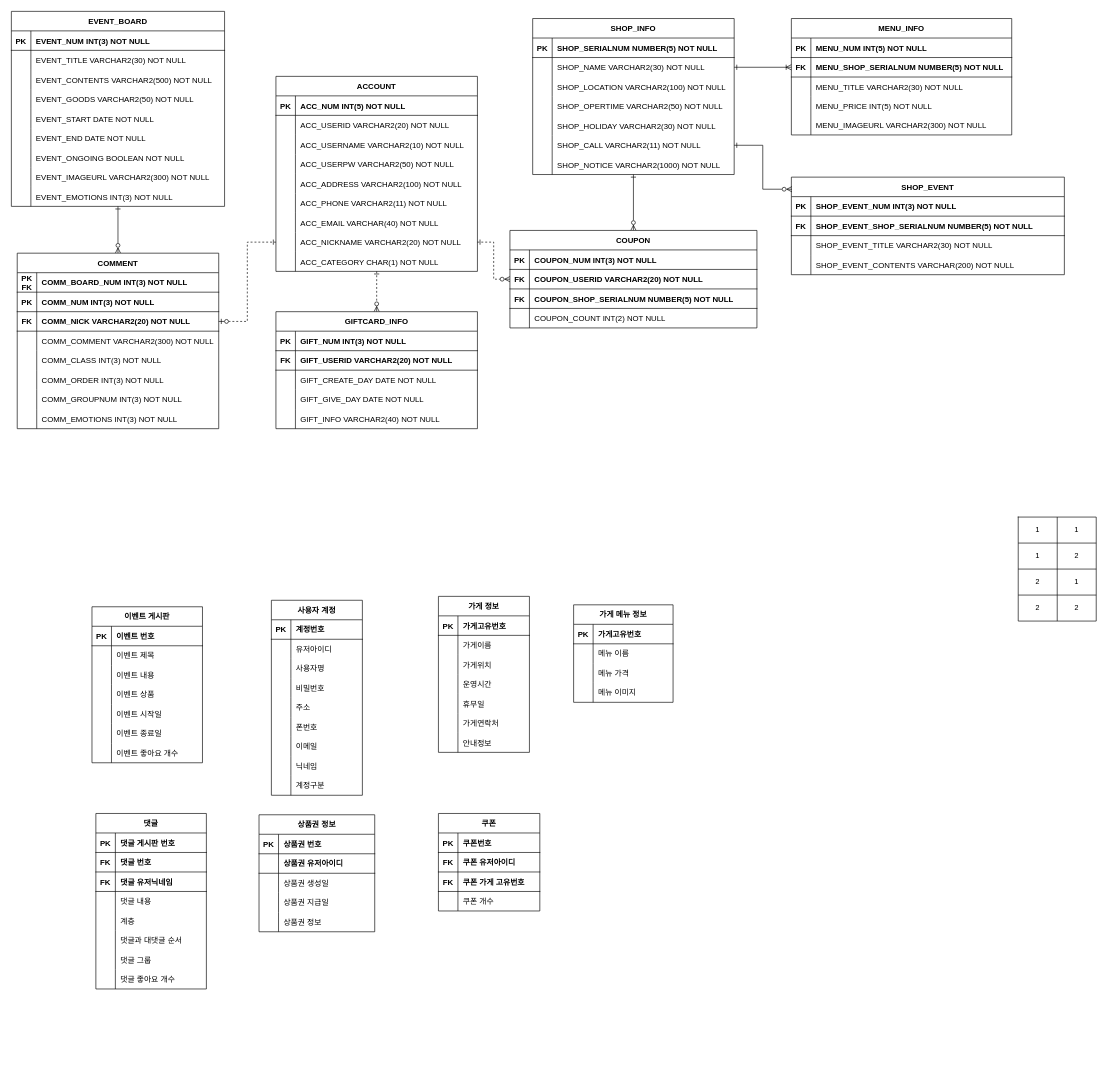
jgy2808/TERM_Project keeps this draw.io diagram as page "ENGLISH" (1 of 2) of ERD_capstone.drawio. Above is the earlier version. Source tidied: cells renumbered, new cells numbered last; positions are measured from the earlier drawing's top-left corner, leaving out a move shared by most shapes. Both pictures are drawn from the tidied source at 65%, with x=0, y=0 at pixel (11, 11).
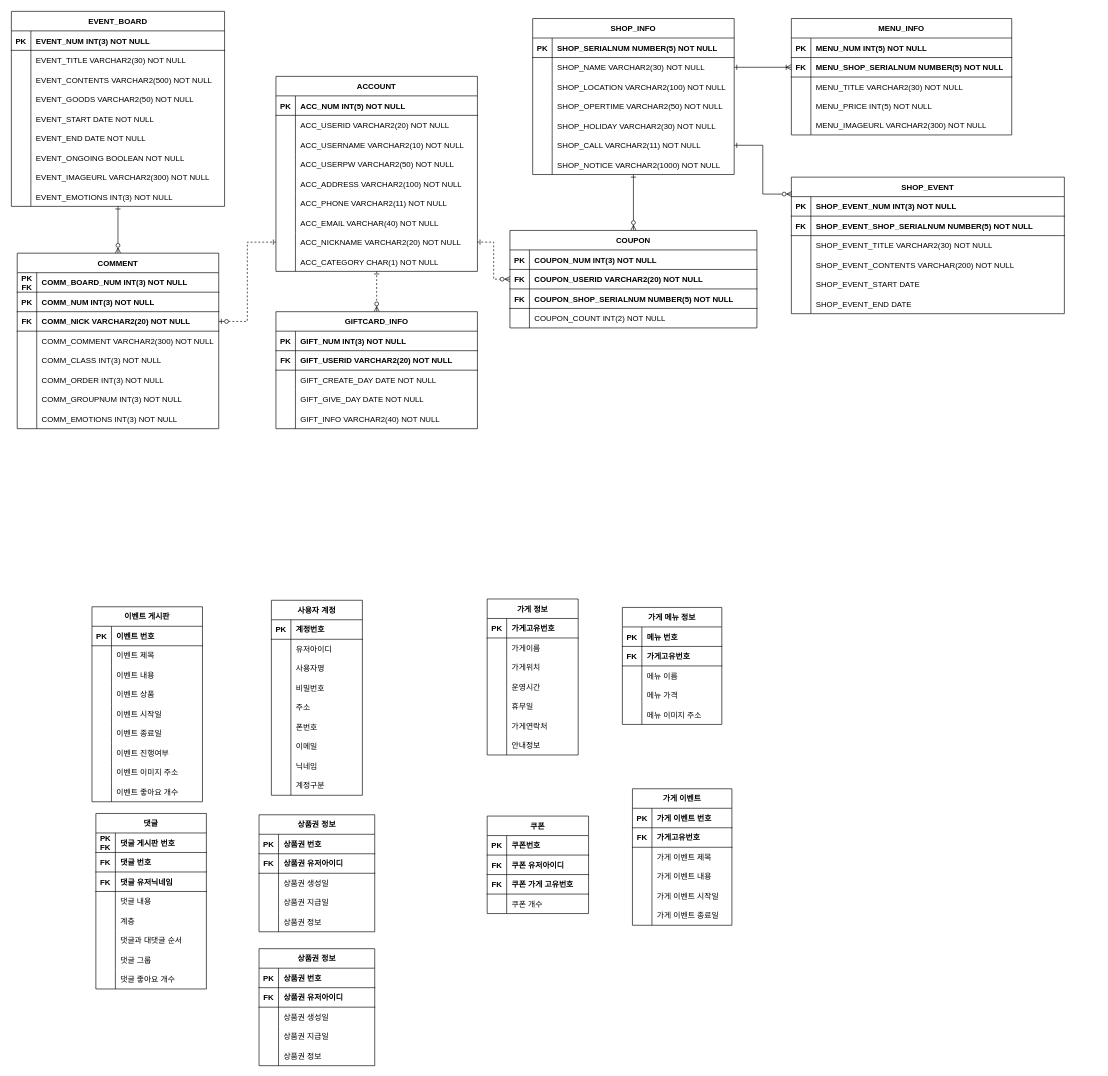
After the change.

Unchanged cells that the change refers to:
```xml
<mxCell id="181" style="shape=partialRectangle;fillColor=none;top=0;left=0;right=0;bottom=1;" parent="180" vertex="1">
  <mxGeometry y="30" width="170" height="30" as="geometry" />
</mxCell>
<mxCell id="225" style="shape=partialRectangle;fillColor=none;top=0;left=0;right=0;bottom=1;" parent="221" vertex="1">
  <mxGeometry y="60" width="178" height="30" as="geometry" />
</mxCell>
```

What changed in the source:
```diff
@@
     <mxCell id="136" value="이벤트 게시판" style="shape=table;startSize=30;childLayout=tableLayout;rowLines=0;fontStyle=1;align=center;" parent="1" vertex="1">
-      <mxGeometry x="124" y="916" width="170" height="240" as="geometry" />
+      <mxGeometry x="124" y="916" width="170" height="300" as="geometry" />
     </mxCell>
@@
+    <mxCell id="323" style="shape=partialRectangle;fillColor=none;top=0;left=0;right=0;bottom=0;" parent="136" vertex="1">
+      <mxGeometry y="210" width="170" height="30" as="geometry" />
+    </mxCell>
+    <mxCell id="324" style="shape=partialRectangle;overflow=hidden;fillColor=none;top=0;left=0;bottom=0;right=0;" parent="323" vertex="1">
+      <mxGeometry width="30" height="30" as="geometry" />
+    </mxCell>
+    <mxCell id="325" value="이벤트 진행여부" style="shape=partialRectangle;overflow=hidden;fillColor=none;top=0;left=0;bottom=0;right=0;align=left;spacingLeft=6;" parent="323" vertex="1">
+      <mxGeometry x="30" width="140" height="30" as="geometry" />
+    </mxCell>
+    <mxCell id="326" style="shape=partialRectangle;fillColor=none;top=0;left=0;right=0;bottom=0;" parent="136" vertex="1">
+      <mxGeometry y="240" width="170" height="30" as="geometry" />
+    </mxCell>
+    <mxCell id="327" style="shape=partialRectangle;overflow=hidden;fillColor=none;top=0;left=0;bottom=0;right=0;" parent="326" vertex="1">
+      <mxGeometry width="30" height="30" as="geometry" />
+    </mxCell>
+    <mxCell id="328" value="이벤트 이미지 주소" style="shape=partialRectangle;overflow=hidden;fillColor=none;top=0;left=0;bottom=0;right=0;align=left;spacingLeft=6;" parent="326" vertex="1">
+      <mxGeometry x="30" width="140" height="30" as="geometry" />
+    </mxCell>
     <mxCell id="155" style="shape=partialRectangle;fillColor=none;top=0;left=0;right=0;bottom=0;" parent="136" vertex="1">
-      <mxGeometry y="210" width="170" height="30" as="geometry" />
+      <mxGeometry y="270" width="170" height="30" as="geometry" />
     </mxCell>
@@
     <mxCell id="158" value="가게 정보" style="shape=table;startSize=30;childLayout=tableLayout;rowLines=0;fontStyle=1;align=center;" parent="1" vertex="1">
-      <mxGeometry x="657" y="900" width="140" height="240" as="geometry" />
+      <mxGeometry x="732" y="904" width="140" height="240" as="geometry" />
     </mxCell>
@@
-    <mxCell id="182" value="PK" style="shape=partialRectangle;overflow=hidden;fillColor=none;top=0;left=0;bottom=0;right=0;fontStyle=1;" parent="181" vertex="1">
+    <mxCell id="182" value="PK&#10;FK" style="shape=partialRectangle;overflow=hidden;fillColor=none;top=0;left=0;bottom=0;right=0;fontStyle=1;" parent="181" vertex="1">
       <mxGeometry width="30" height="30" as="geometry" />
     </mxCell>
@@
-    <mxCell id="226" style="shape=partialRectangle;overflow=hidden;fillColor=none;top=0;left=0;bottom=0;right=0;fontStyle=1;" parent="225" vertex="1">
+    <mxCell id="226" value="FK" style="shape=partialRectangle;overflow=hidden;fillColor=none;top=0;left=0;bottom=0;right=0;fontStyle=1;" parent="225" vertex="1">
       <mxGeometry width="30" height="30" as="geometry" />
     </mxCell>
@@
-    <mxCell id="267" style="shape=table;startSize=0;childLayout=tableLayout;" parent="1" vertex="1">
-      <mxGeometry x="1549" y="778" width="120" height="160" as="geometry" />
-    </mxCell>
-    <mxCell id="268" style="shape=tableRow;horizontal=0;startSize=0;swimlaneHead=0;swimlaneBody=0;top=0;left=0;bottom=0;right=0;fillColor=none;" parent="267" vertex="1">
-      <mxGeometry width="120" height="40" as="geometry" />
-    </mxCell>
-    <mxCell id="269" value="1" style="shape=partialRectangle;html=1;whiteSpace=wrap;overflow=hidden;fillColor=none;top=0;left=0;bottom=0;right=0;" parent="268" vertex="1">
-      <mxGeometry width="60" height="40" as="geometry" />
-    </mxCell>
-    <mxCell id="270" value="1" style="shape=partialRectangle;html=1;whiteSpace=wrap;overflow=hidden;fillColor=none;top=0;left=0;bottom=0;right=0;" parent="268" vertex="1">
-      <mxGeometry x="60" width="60" height="40" as="geometry" />
-    </mxCell>
-    <mxCell id="271" style="shape=tableRow;horizontal=0;startSize=0;swimlaneHead=0;swimlaneBody=0;top=0;left=0;bottom=0;right=0;fillColor=none;" parent="267" vertex="1">
-      <mxGeometry y="40" width="120" height="40" as="geometry" />
-    </mxCell>
-    <mxCell id="272" value="1" style="shape=partialRectangle;html=1;whiteSpace=wrap;overflow=hidden;fillColor=none;top=0;left=0;bottom=0;right=0;" parent="271" vertex="1">
-      <mxGeometry width="60" height="40" as="geometry" />
-    </mxCell>
-    <mxCell id="273" value="2" style="shape=partialRectangle;html=1;whiteSpace=wrap;overflow=hidden;fillColor=none;top=0;left=0;bottom=0;right=0;" parent="271" vertex="1">
-      <mxGeometry x="60" width="60" height="40" as="geometry" />
-    </mxCell>
-    <mxCell id="274" style="shape=tableRow;horizontal=0;startSize=0;swimlaneHead=0;swimlaneBody=0;top=0;left=0;bottom=0;right=0;fillColor=none;" parent="267" vertex="1">
-      <mxGeometry y="80" width="120" height="40" as="geometry" />
-    </mxCell>
-    <mxCell id="275" value="2" style="shape=partialRectangle;html=1;whiteSpace=wrap;overflow=hidden;fillColor=none;top=0;left=0;bottom=0;right=0;" parent="274" vertex="1">
-      <mxGeometry width="60" height="40" as="geometry" />
-    </mxCell>
-    <mxCell id="276" value="1" style="shape=partialRectangle;html=1;whiteSpace=wrap;overflow=hidden;fillColor=none;top=0;left=0;bottom=0;right=0;" parent="274" vertex="1">
-      <mxGeometry x="60" width="60" height="40" as="geometry" />
-    </mxCell>
-    <mxCell id="277" style="shape=tableRow;horizontal=0;startSize=0;swimlaneHead=0;swimlaneBody=0;top=0;left=0;bottom=0;right=0;fillColor=none;" parent="267" vertex="1">
-      <mxGeometry y="120" width="120" height="40" as="geometry" />
-    </mxCell>
-    <mxCell id="278" value="2" style="shape=partialRectangle;html=1;whiteSpace=wrap;overflow=hidden;fillColor=none;top=0;left=0;bottom=0;right=0;" parent="277" vertex="1">
-      <mxGeometry width="60" height="40" as="geometry" />
-    </mxCell>
-    <mxCell id="279" value="2" style="shape=partialRectangle;html=1;whiteSpace=wrap;overflow=hidden;fillColor=none;top=0;left=0;bottom=0;right=0;" parent="277" vertex="1">
-      <mxGeometry x="60" width="60" height="40" as="geometry" />
-    </mxCell>
     <mxCell id="280" value="쿠폰" style="shape=table;startSize=30;childLayout=tableLayout;rowLines=0;fontStyle=1;align=center;" parent="1" vertex="1">
-      <mxGeometry x="657" y="1234" width="156" height="150" as="geometry" />
+      <mxGeometry x="732" y="1238" width="156" height="150" as="geometry" />
     </mxCell>
@@
     <mxCell id="293" value="가게 메뉴 정보" style="shape=table;startSize=30;childLayout=tableLayout;rowLines=0;fontStyle=1;align=center;" parent="1" vertex="1">
-      <mxGeometry x="865" y="913" width="153" height="150" as="geometry" />
+      <mxGeometry x="940" y="917" width="153" height="180" as="geometry" />
     </mxCell>
+    <mxCell id="329" style="shape=partialRectangle;fillColor=none;top=0;left=0;right=0;bottom=1;" parent="293" vertex="1">
+      <mxGeometry y="30" width="153" height="30" as="geometry" />
+    </mxCell>
+    <mxCell id="330" value="PK" style="shape=partialRectangle;overflow=hidden;fillColor=none;top=0;left=0;bottom=0;right=0;fontStyle=1;" parent="329" vertex="1">
+      <mxGeometry width="30" height="30" as="geometry" />
+    </mxCell>
+    <mxCell id="331" value="메뉴 번호" style="shape=partialRectangle;overflow=hidden;fillColor=none;top=0;left=0;bottom=0;right=0;align=left;spacingLeft=6;fontStyle=1;" parent="329" vertex="1">
+      <mxGeometry x="30" width="123" height="30" as="geometry" />
+    </mxCell>
     <mxCell id="294" style="shape=partialRectangle;fillColor=none;top=0;left=0;right=0;bottom=1;" parent="293" vertex="1">
-      <mxGeometry y="30" width="153" height="30" as="geometry" />
+      <mxGeometry y="60" width="153" height="30" as="geometry" />
     </mxCell>
-    <mxCell id="295" value="PK" style="shape=partialRectangle;overflow=hidden;fillColor=none;top=0;left=0;bottom=0;right=0;fontStyle=1;" parent="294" vertex="1">
+    <mxCell id="295" value="FK" style="shape=partialRectangle;overflow=hidden;fillColor=none;top=0;left=0;bottom=0;right=0;fontStyle=1;" parent="294" vertex="1">
       <mxGeometry width="30" height="30" as="geometry" />
     </mxCell>
@@
     <mxCell id="297" style="shape=partialRectangle;fillColor=none;top=0;left=0;right=0;bottom=0;" parent="293" vertex="1">
-      <mxGeometry y="60" width="153" height="30" as="geometry" />
+      <mxGeometry y="90" width="153" height="30" as="geometry" />
     </mxCell>
@@
     <mxCell id="300" style="shape=partialRectangle;fillColor=none;top=0;left=0;right=0;bottom=0;" parent="293" vertex="1">
-      <mxGeometry y="90" width="153" height="30" as="geometry" />
+      <mxGeometry y="120" width="153" height="30" as="geometry" />
     </mxCell>
@@
     <mxCell id="303" style="shape=partialRectangle;fillColor=none;top=0;left=0;right=0;bottom=0;" parent="293" vertex="1">
-      <mxGeometry y="120" width="153" height="30" as="geometry" />
+      <mxGeometry y="150" width="153" height="30" as="geometry" />
     </mxCell>
@@
-    <mxCell id="305" value="메뉴 이미지" style="shape=partialRectangle;overflow=hidden;fillColor=none;top=0;left=0;bottom=0;right=0;align=left;spacingLeft=6;" parent="303" vertex="1">
+    <mxCell id="305" value="메뉴 이미지 주소" style="shape=partialRectangle;overflow=hidden;fillColor=none;top=0;left=0;bottom=0;right=0;align=left;spacingLeft=6;" parent="303" vertex="1">
       <mxGeometry x="30" width="123" height="30" as="geometry" />
     </mxCell>
     <mxCell id="306" value="SHOP_EVENT" style="shape=table;startSize=30;childLayout=tableLayout;rowLines=0;fontStyle=1;align=center;" parent="1" vertex="1">
-      <mxGeometry x="1200" y="255" width="420" height="150.1" as="geometry" />
+      <mxGeometry x="1200" y="255" width="420" height="210.1" as="geometry" />
     </mxCell>
@@
+    <mxCell id="332" style="shape=partialRectangle;fillColor=none;top=0;left=0;right=0;bottom=0;" parent="306" vertex="1">
+      <mxGeometry y="150" width="420" height="30" as="geometry" />
+    </mxCell>
+    <mxCell id="333" style="shape=partialRectangle;overflow=hidden;fillColor=none;top=0;left=0;bottom=0;right=0;" parent="332" vertex="1">
+      <mxGeometry width="30" height="30" as="geometry" />
+    </mxCell>
+    <mxCell id="334" value="SHOP_EVENT_START DATE" style="shape=partialRectangle;overflow=hidden;fillColor=none;top=0;left=0;bottom=0;right=0;align=left;spacingLeft=6;" parent="332" vertex="1">
+      <mxGeometry x="30" width="390" height="30" as="geometry" />
+    </mxCell>
+    <mxCell id="335" style="shape=partialRectangle;fillColor=none;top=0;left=0;right=0;bottom=0;" parent="306" vertex="1">
+      <mxGeometry y="180" width="420" height="30" as="geometry" />
+    </mxCell>
+    <mxCell id="336" style="shape=partialRectangle;overflow=hidden;fillColor=none;top=0;left=0;bottom=0;right=0;" parent="335" vertex="1">
+      <mxGeometry width="30" height="30" as="geometry" />
+    </mxCell>
+    <mxCell id="337" value="SHOP_EVENT_END DATE" style="shape=partialRectangle;overflow=hidden;fillColor=none;top=0;left=0;bottom=0;right=0;align=left;spacingLeft=6;" parent="335" vertex="1">
+      <mxGeometry x="30" width="390" height="30" as="geometry" />
+    </mxCell>
@@
+    <mxCell id="338" value="가게 이벤트" style="shape=table;startSize=30;childLayout=tableLayout;rowLines=0;fontStyle=1;align=center;" parent="1" vertex="1">
+      <mxGeometry x="955.5" y="1196" width="153" height="210" as="geometry" />
+    </mxCell>
+    <mxCell id="339" style="shape=partialRectangle;fillColor=none;top=0;left=0;right=0;bottom=1;" parent="338" vertex="1">
+      <mxGeometry y="30" width="153" height="30" as="geometry" />
+    </mxCell>
+    <mxCell id="340" value="PK" style="shape=partialRectangle;overflow=hidden;fillColor=none;top=0;left=0;bottom=0;right=0;fontStyle=1;" parent="339" vertex="1">
+      <mxGeometry width="30" height="30" as="geometry" />
+    </mxCell>
+    <mxCell id="341" value="가게 이벤트 번호" style="shape=partialRectangle;overflow=hidden;fillColor=none;top=0;left=0;bottom=0;right=0;align=left;spacingLeft=6;fontStyle=1;" parent="339" vertex="1">
+      <mxGeometry x="30" width="123" height="30" as="geometry" />
+    </mxCell>
+    <mxCell id="342" style="shape=partialRectangle;fillColor=none;top=0;left=0;right=0;bottom=1;" parent="338" vertex="1">
+      <mxGeometry y="60" width="153" height="30" as="geometry" />
+    </mxCell>
+    <mxCell id="343" value="FK" style="shape=partialRectangle;overflow=hidden;fillColor=none;top=0;left=0;bottom=0;right=0;fontStyle=1;" parent="342" vertex="1">
+      <mxGeometry width="30" height="30" as="geometry" />
+    </mxCell>
+    <mxCell id="344" value="가게고유번호" style="shape=partialRectangle;overflow=hidden;fillColor=none;top=0;left=0;bottom=0;right=0;align=left;spacingLeft=6;fontStyle=1;" parent="342" vertex="1">
+      <mxGeometry x="30" width="123" height="30" as="geometry" />
+    </mxCell>
+    <mxCell id="345" style="shape=partialRectangle;fillColor=none;top=0;left=0;right=0;bottom=0;" parent="338" vertex="1">
+      <mxGeometry y="90" width="153" height="30" as="geometry" />
+    </mxCell>
+    <mxCell id="346" style="shape=partialRectangle;overflow=hidden;fillColor=none;top=0;left=0;bottom=0;right=0;" parent="345" vertex="1">
+      <mxGeometry width="30" height="30" as="geometry" />
+    </mxCell>
+    <mxCell id="347" value="가게 이벤트 제목" style="shape=partialRectangle;overflow=hidden;fillColor=none;top=0;left=0;bottom=0;right=0;align=left;spacingLeft=6;" parent="345" vertex="1">
+      <mxGeometry x="30" width="123" height="30" as="geometry" />
+    </mxCell>
+    <mxCell id="348" style="shape=partialRectangle;fillColor=none;top=0;left=0;right=0;bottom=0;" parent="338" vertex="1">
+      <mxGeometry y="120" width="153" height="30" as="geometry" />
+    </mxCell>
+    <mxCell id="349" style="shape=partialRectangle;overflow=hidden;fillColor=none;top=0;left=0;bottom=0;right=0;" parent="348" vertex="1">
+      <mxGeometry width="30" height="30" as="geometry" />
+    </mxCell>
+    <mxCell id="350" value="가게 이벤트 내용" style="shape=partialRectangle;overflow=hidden;fillColor=none;top=0;left=0;bottom=0;right=0;align=left;spacingLeft=6;" parent="348" vertex="1">
+      <mxGeometry x="30" width="123" height="30" as="geometry" />
+    </mxCell>
+    <mxCell id="351" style="shape=partialRectangle;fillColor=none;top=0;left=0;right=0;bottom=0;" parent="338" vertex="1">
+      <mxGeometry y="150" width="153" height="30" as="geometry" />
+    </mxCell>
+    <mxCell id="352" style="shape=partialRectangle;overflow=hidden;fillColor=none;top=0;left=0;bottom=0;right=0;" parent="351" vertex="1">
+      <mxGeometry width="30" height="30" as="geometry" />
+    </mxCell>
+    <mxCell id="353" value="가게 이벤트 시작일" style="shape=partialRectangle;overflow=hidden;fillColor=none;top=0;left=0;bottom=0;right=0;align=left;spacingLeft=6;" parent="351" vertex="1">
+      <mxGeometry x="30" width="123" height="30" as="geometry" />
+    </mxCell>
+    <mxCell id="354" style="shape=partialRectangle;fillColor=none;top=0;left=0;right=0;bottom=0;" parent="338" vertex="1">
+      <mxGeometry y="180" width="153" height="30" as="geometry" />
+    </mxCell>
+    <mxCell id="355" style="shape=partialRectangle;overflow=hidden;fillColor=none;top=0;left=0;bottom=0;right=0;" parent="354" vertex="1">
+      <mxGeometry width="30" height="30" as="geometry" />
+    </mxCell>
+    <mxCell id="356" value="가게 이벤트 종료일" style="shape=partialRectangle;overflow=hidden;fillColor=none;top=0;left=0;bottom=0;right=0;align=left;spacingLeft=6;" parent="354" vertex="1">
+      <mxGeometry x="30" width="123" height="30" as="geometry" />
+    </mxCell>
+    <mxCell id="357" value="상품권 정보" style="shape=table;startSize=30;childLayout=tableLayout;rowLines=0;fontStyle=1;align=center;" parent="1" vertex="1">
+      <mxGeometry x="381" y="1442" width="178" height="180" as="geometry" />
+    </mxCell>
+    <mxCell id="358" style="shape=partialRectangle;fillColor=none;top=0;left=0;right=0;bottom=1;" parent="357" vertex="1">
+      <mxGeometry y="30" width="178" height="30" as="geometry" />
+    </mxCell>
+    <mxCell id="359" value="PK" style="shape=partialRectangle;overflow=hidden;fillColor=none;top=0;left=0;bottom=0;right=0;fontStyle=1;" parent="358" vertex="1">
+      <mxGeometry width="30" height="30" as="geometry" />
+    </mxCell>
+    <mxCell id="360" value="상품권 번호" style="shape=partialRectangle;overflow=hidden;fillColor=none;top=0;left=0;bottom=0;right=0;align=left;spacingLeft=6;fontStyle=1;" parent="358" vertex="1">
+      <mxGeometry x="30" width="148" height="30" as="geometry" />
+    </mxCell>
+    <mxCell id="361" style="shape=partialRectangle;fillColor=none;top=0;left=0;right=0;bottom=1;" parent="357" vertex="1">
+      <mxGeometry y="60" width="178" height="30" as="geometry" />
+    </mxCell>
+    <mxCell id="362" value="FK" style="shape=partialRectangle;overflow=hidden;fillColor=none;top=0;left=0;bottom=0;right=0;fontStyle=1;" parent="361" vertex="1">
+      <mxGeometry width="30" height="30" as="geometry" />
+    </mxCell>
+    <mxCell id="363" value="상품권 유저아이디" style="shape=partialRectangle;overflow=hidden;fillColor=none;top=0;left=0;bottom=0;right=0;align=left;spacingLeft=6;fontStyle=1;" parent="361" vertex="1">
+      <mxGeometry x="30" width="148" height="30" as="geometry" />
+    </mxCell>
+    <mxCell id="364" style="shape=partialRectangle;fillColor=none;top=0;left=0;right=0;bottom=0;" parent="357" vertex="1">
+      <mxGeometry y="90" width="178" height="30" as="geometry" />
+    </mxCell>
+    <mxCell id="365" style="shape=partialRectangle;overflow=hidden;fillColor=none;top=0;left=0;bottom=0;right=0;" parent="364" vertex="1">
+      <mxGeometry width="30" height="30" as="geometry" />
+    </mxCell>
+    <mxCell id="366" value="상품권 생성일" style="shape=partialRectangle;overflow=hidden;fillColor=none;top=0;left=0;bottom=0;right=0;align=left;spacingLeft=6;" parent="364" vertex="1">
+      <mxGeometry x="30" width="148" height="30" as="geometry" />
+    </mxCell>
+    <mxCell id="367" style="shape=partialRectangle;fillColor=none;top=0;left=0;right=0;bottom=0;" parent="357" vertex="1">
+      <mxGeometry y="120" width="178" height="30" as="geometry" />
+    </mxCell>
+    <mxCell id="368" style="shape=partialRectangle;overflow=hidden;fillColor=none;top=0;left=0;bottom=0;right=0;" parent="367" vertex="1">
+      <mxGeometry width="30" height="30" as="geometry" />
+    </mxCell>
+    <mxCell id="369" value="상품권 지급일" style="shape=partialRectangle;overflow=hidden;fillColor=none;top=0;left=0;bottom=0;right=0;align=left;spacingLeft=6;" parent="367" vertex="1">
+      <mxGeometry x="30" width="148" height="30" as="geometry" />
+    </mxCell>
+    <mxCell id="370" style="shape=partialRectangle;fillColor=none;top=0;left=0;right=0;bottom=0;" parent="357" vertex="1">
+      <mxGeometry y="150" width="178" height="30" as="geometry" />
+    </mxCell>
+    <mxCell id="371" style="shape=partialRectangle;overflow=hidden;fillColor=none;top=0;left=0;bottom=0;right=0;" parent="370" vertex="1">
+      <mxGeometry width="30" height="30" as="geometry" />
+    </mxCell>
+    <mxCell id="372" value="상품권 정보" style="shape=partialRectangle;overflow=hidden;fillColor=none;top=0;left=0;bottom=0;right=0;align=left;spacingLeft=6;" parent="370" vertex="1">
+      <mxGeometry x="30" width="148" height="30" as="geometry" />
+    </mxCell>
```
